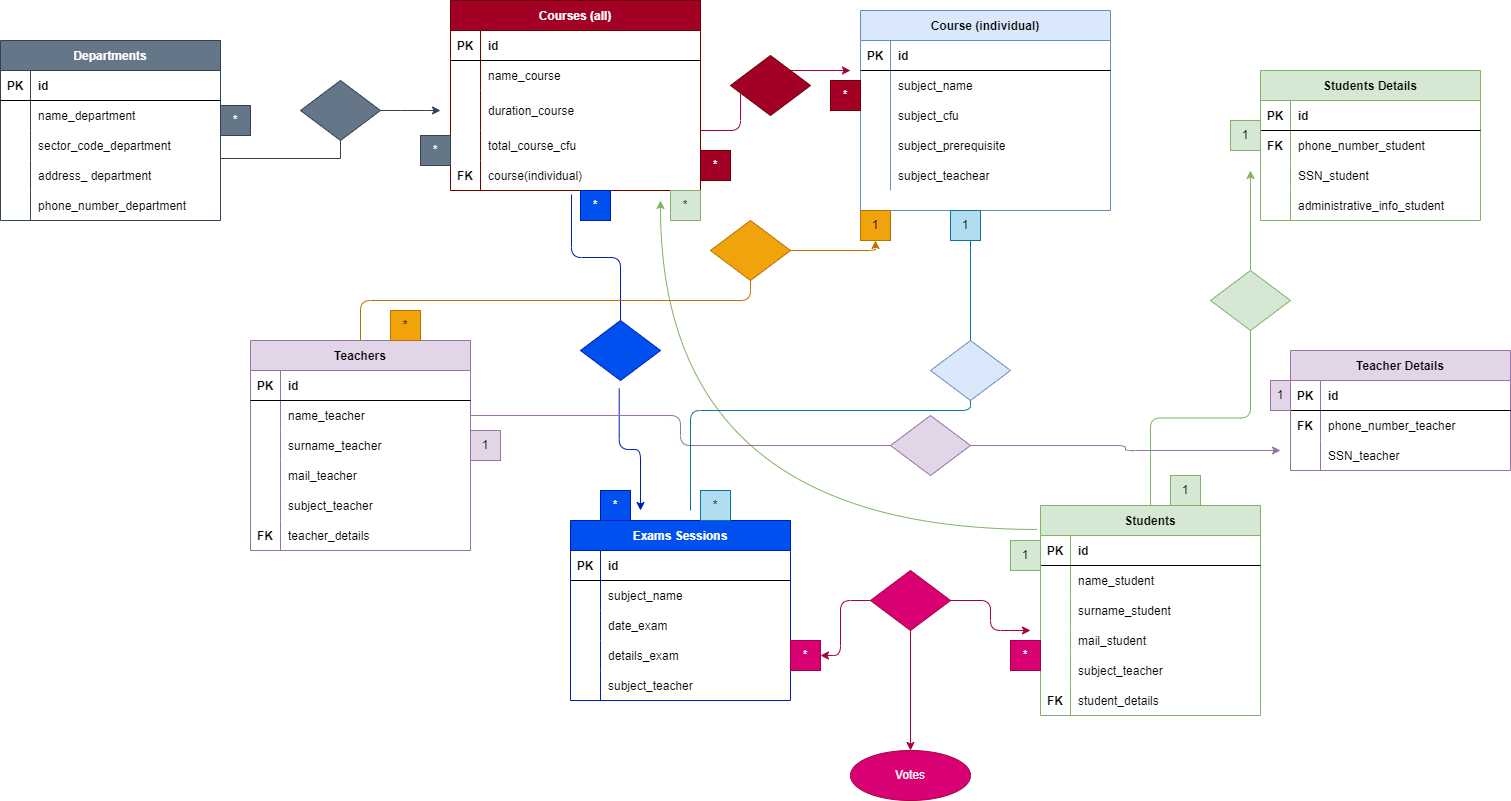
chiaraxs/db-university keeps this draw.io diagram as db-university.drawio.png. Above is the earlier version. Source tidied: cells renumbered, new cells last; positions are measured from the earlier drawing's top-left corner, leaving out a move shared by most shapes.
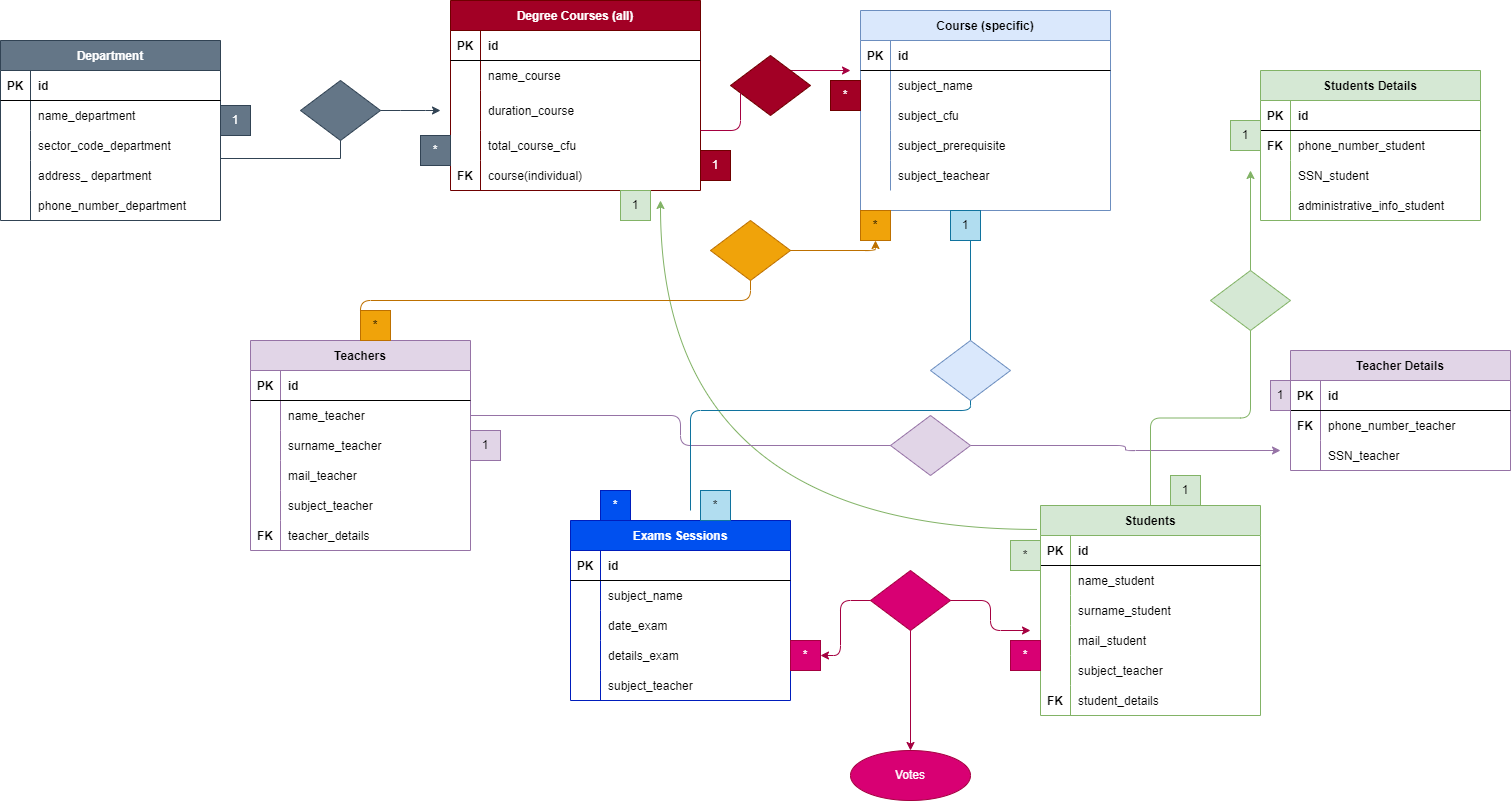
Later version of the same file.

The edit, as a diff of the source:
```diff
@@ -2,7 +2,7 @@
   <root>
     <mxCell id="0" />
     <mxCell id="1" parent="0" />
-    <mxCell id="2" value="Departments" style="shape=table;startSize=30;rowLines=0;fontStyle=1;align=center;labelBackgroundColor=none;fillColor=#647687;strokeColor=#314354;fontColor=#ffffff;" parent="1" vertex="1">
+    <mxCell id="2" value="Department" style="shape=table;startSize=30;rowLines=0;fontStyle=1;align=center;labelBackgroundColor=none;fillColor=#647687;strokeColor=#314354;fontColor=#ffffff;" parent="1" vertex="1">
       <mxGeometry y="40" width="220" height="180" as="geometry" />
     </mxCell>
     <mxCell id="3" style="shape=partialRectangle;fillColor=none;top=0;left=0;right=0;bottom=1;" parent="2" vertex="1">
@@ -50,7 +50,7 @@
     <mxCell id="17" value="phone_number_department" style="shape=partialRectangle;overflow=hidden;fillColor=none;top=0;left=0;bottom=0;right=0;align=left;spacingLeft=6;" parent="15" vertex="1">
       <mxGeometry x="30" width="190" height="30" as="geometry" />
     </mxCell>
-    <mxCell id="18" value="Courses (all)" style="shape=table;startSize=30;rowLines=0;fontStyle=1;align=center;labelBackgroundColor=none;fillColor=#a20025;fontColor=#ffffff;strokeColor=#6F0000;" parent="1" vertex="1">
+    <mxCell id="18" value="Degree Courses (all)" style="shape=table;startSize=30;rowLines=0;fontStyle=1;align=center;labelBackgroundColor=none;fillColor=#a20025;fontColor=#ffffff;strokeColor=#6F0000;" parent="1" vertex="1">
       <mxGeometry x="450" width="250" height="190" as="geometry" />
     </mxCell>
     <mxCell id="19" style="shape=partialRectangle;fillColor=none;top=0;left=0;right=0;bottom=1;" parent="18" vertex="1">
@@ -105,7 +105,7 @@
         </Array>
       </mxGeometry>
     </mxCell>
-    <mxCell id="35" value="Course (individual)" style="shape=table;startSize=30;rowLines=0;fontStyle=1;align=center;labelBackgroundColor=none;fillColor=#dae8fc;strokeColor=#6c8ebf;" parent="1" vertex="1">
+    <mxCell id="35" value="Course (specific)" style="shape=table;startSize=30;rowLines=0;fontStyle=1;align=center;labelBackgroundColor=none;fillColor=#dae8fc;strokeColor=#6c8ebf;" parent="1" vertex="1">
       <mxGeometry x="860" y="10" width="250" height="200" as="geometry" />
     </mxCell>
     <mxCell id="36" style="shape=partialRectangle;fillColor=none;top=0;left=0;right=0;bottom=1;" parent="35" vertex="1">
@@ -435,7 +435,7 @@
         </Array>
       </mxGeometry>
     </mxCell>
-    <mxCell id="139" value="*" style="text;html=1;strokeColor=#6F0000;fillColor=#a20025;align=center;verticalAlign=middle;whiteSpace=wrap;rounded=0;labelBackgroundColor=none;fontColor=#ffffff;" parent="1" vertex="1">
+    <mxCell id="139" value="1" style="text;html=1;strokeColor=#6F0000;fillColor=#a20025;align=center;verticalAlign=middle;whiteSpace=wrap;rounded=0;labelBackgroundColor=none;fontColor=#ffffff;" parent="1" vertex="1">
       <mxGeometry x="700" y="150" width="30" height="30" as="geometry" />
     </mxCell>
     <mxCell id="140" value="*" style="text;html=1;strokeColor=#6F0000;fillColor=#a20025;align=center;verticalAlign=middle;whiteSpace=wrap;rounded=0;labelBackgroundColor=none;fontColor=#ffffff;" parent="1" vertex="1">
@@ -447,7 +447,7 @@
     <mxCell id="142" value="1" style="text;html=1;strokeColor=#10739e;fillColor=#b1ddf0;align=center;verticalAlign=middle;whiteSpace=wrap;rounded=0;labelBackgroundColor=none;" parent="1" vertex="1">
       <mxGeometry x="950" y="210" width="30" height="30" as="geometry" />
     </mxCell>
-    <mxCell id="143" value="*" style="text;html=1;strokeColor=#314354;fillColor=#647687;align=center;verticalAlign=middle;whiteSpace=wrap;rounded=0;labelBackgroundColor=none;fontColor=#ffffff;" parent="1" vertex="1">
+    <mxCell id="143" value="1" style="text;html=1;strokeColor=#314354;fillColor=#647687;align=center;verticalAlign=middle;whiteSpace=wrap;rounded=0;labelBackgroundColor=none;fontColor=#ffffff;" parent="1" vertex="1">
       <mxGeometry x="220" y="105" width="30" height="30" as="geometry" />
     </mxCell>
     <mxCell id="144" value="*" style="text;html=1;strokeColor=#314354;fillColor=#647687;align=center;verticalAlign=middle;whiteSpace=wrap;rounded=0;labelBackgroundColor=none;fontColor=#ffffff;" parent="1" vertex="1">
@@ -467,22 +467,14 @@
       </mxGeometry>
     </mxCell>
     <mxCell id="148" value="*" style="text;html=1;strokeColor=#BD7000;fillColor=#f0a30a;align=center;verticalAlign=middle;whiteSpace=wrap;rounded=0;labelBackgroundColor=none;fontColor=#000000;" parent="1" vertex="1">
-      <mxGeometry x="390" y="310" width="30" height="30" as="geometry" />
+      <mxGeometry x="360" y="310" width="30" height="30" as="geometry" />
     </mxCell>
-    <mxCell id="149" value="1" style="text;html=1;strokeColor=#BD7000;fillColor=#f0a30a;align=center;verticalAlign=middle;whiteSpace=wrap;rounded=0;labelBackgroundColor=none;fontColor=#000000;" parent="1" vertex="1">
+    <mxCell id="149" value="*" style="text;html=1;strokeColor=#BD7000;fillColor=#f0a30a;align=center;verticalAlign=middle;whiteSpace=wrap;rounded=0;labelBackgroundColor=none;fontColor=#000000;" parent="1" vertex="1">
       <mxGeometry x="860" y="210" width="30" height="30" as="geometry" />
     </mxCell>
-    <mxCell id="150" style="edgeStyle=elbowEdgeStyle;rounded=1;jettySize=auto;elbow=vertical;html=1;labelBackgroundColor=none;strokeColor=#001DBC;fillColor=#0050ef;exitX=0.484;exitY=1.133;exitDx=0;exitDy=0;exitPerimeter=0;startArrow=none;" parent="1" edge="1" source="166">
-      <mxGeometry relative="1" as="geometry">
-        <mxPoint x="640" y="510" as="targetPoint" />
-      </mxGeometry>
-    </mxCell>
     <mxCell id="151" value="*" style="text;html=1;strokeColor=#001DBC;fillColor=#0050ef;align=center;verticalAlign=middle;whiteSpace=wrap;rounded=0;labelBackgroundColor=none;fontColor=#ffffff;" parent="1" vertex="1">
       <mxGeometry x="600" y="490" width="30" height="30" as="geometry" />
     </mxCell>
-    <mxCell id="152" value="*" style="text;html=1;strokeColor=#001DBC;fillColor=#0050ef;align=center;verticalAlign=middle;whiteSpace=wrap;rounded=0;labelBackgroundColor=none;fontColor=#ffffff;" parent="1" vertex="1">
-      <mxGeometry x="580" y="190" width="30" height="30" as="geometry" />
-    </mxCell>
     <mxCell id="153" value="*" style="text;html=1;strokeColor=#A50040;fillColor=#d80073;align=center;verticalAlign=middle;whiteSpace=wrap;rounded=0;labelBackgroundColor=none;fontColor=#ffffff;" parent="1" vertex="1">
       <mxGeometry x="790" y="640" width="30" height="30" as="geometry" />
     </mxCell>
@@ -541,12 +533,6 @@
         </Array>
       </mxGeometry>
     </mxCell>
-    <mxCell id="166" style="rhombus;whiteSpace=wrap;html=1;labelBackgroundColor=none;strokeColor=#001DBC;fillColor=#0050ef;fontColor=#ffffff;" parent="1" vertex="1">
-      <mxGeometry x="580" y="320" width="80" height="60" as="geometry" />
-    </mxCell>
-    <mxCell id="167" style="edgeStyle=elbowEdgeStyle;rounded=1;jettySize=auto;elbow=vertical;html=1;labelBackgroundColor=none;strokeColor=#001DBC;fillColor=#0050ef;exitX=0.484;exitY=1.133;exitDx=0;exitDy=0;exitPerimeter=0;endArrow=none;" parent="1" edge="1" source="31" target="166">
-      <mxGeometry relative="1" as="geometry" />
-    </mxCell>
     <mxCell id="168" style="rhombus;whiteSpace=wrap;html=1;labelBackgroundColor=none;strokeColor=#BD7000;fillColor=#f0a30a;fontColor=#000000;" parent="1" vertex="1">
       <mxGeometry x="710" y="220" width="80" height="60" as="geometry" />
     </mxCell>
@@ -575,10 +561,10 @@
     <mxCell id="173" style="edgeStyle=elbowEdgeStyle;rounded=0;jettySize=auto;elbow=vertical;html=1;endArrow=none;fillColor=#647687;strokeColor=#314354;exitX=1;exitY=0.5;exitDx=0;exitDy=0;" parent="1" edge="1" source="12" target="172">
       <mxGeometry relative="1" as="geometry" />
     </mxCell>
-    <mxCell id="174" value="*" style="text;html=1;strokeColor=#82b366;fillColor=#d5e8d4;align=center;verticalAlign=middle;whiteSpace=wrap;rounded=0;labelBackgroundColor=none;" parent="1" vertex="1">
-      <mxGeometry x="670" y="190" width="30" height="30" as="geometry" />
+    <mxCell id="174" value="1" style="text;html=1;strokeColor=#82b366;fillColor=#d5e8d4;align=center;verticalAlign=middle;whiteSpace=wrap;rounded=0;labelBackgroundColor=none;" parent="1" vertex="1">
+      <mxGeometry x="620" y="190" width="30" height="30" as="geometry" />
     </mxCell>
-    <mxCell id="175" value="1" style="text;html=1;strokeColor=#82b366;fillColor=#d5e8d4;align=center;verticalAlign=middle;whiteSpace=wrap;rounded=0;labelBackgroundColor=none;" parent="1" vertex="1">
+    <mxCell id="175" value="*" style="text;html=1;strokeColor=#82b366;fillColor=#d5e8d4;align=center;verticalAlign=middle;whiteSpace=wrap;rounded=0;labelBackgroundColor=none;" parent="1" vertex="1">
       <mxGeometry x="1010" y="540" width="30" height="30" as="geometry" />
     </mxCell>
   </root>
```
